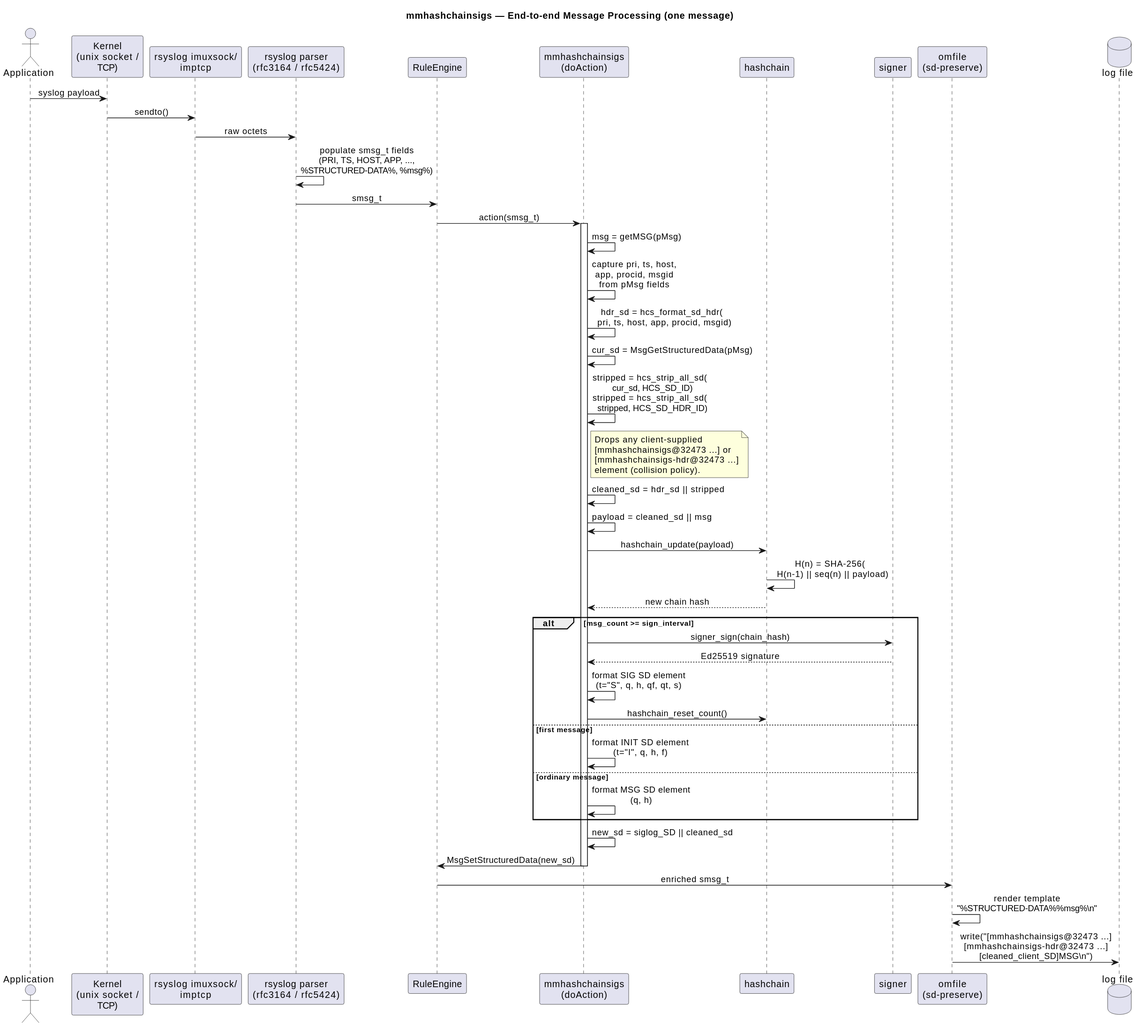
Above: docs/diagrams/message-processing.svg in hildstrom/mmhashchainsigs (PlantUML), before the change.
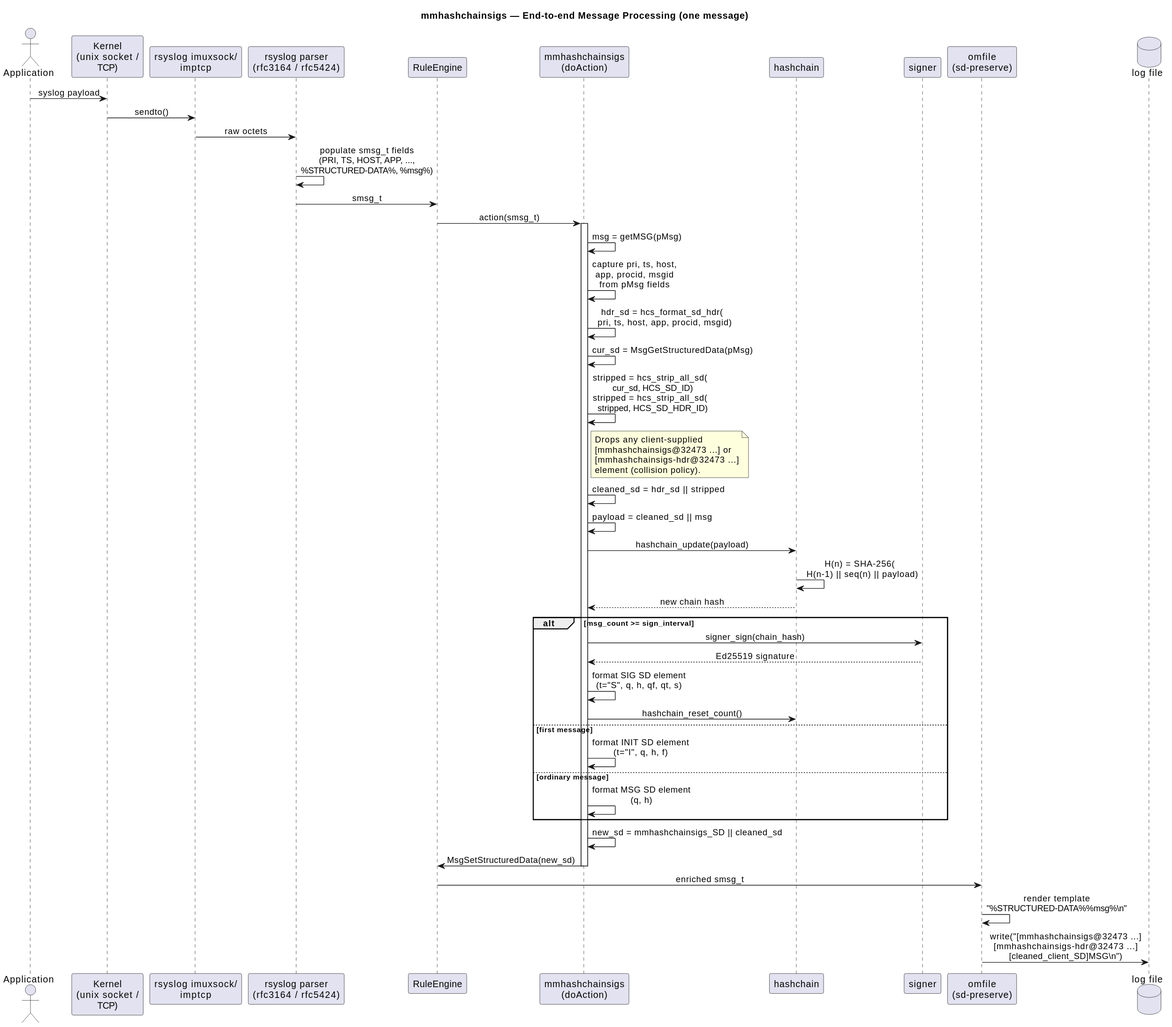
The same file after the commit.

Commit message:
update some references from previous siglog naming to mmhashchainsigs

The edit, as a diff of the source:
```diff
@@ -52,7 +52,7 @@
     MMHCS -> MMHCS : format MSG SD element\n(q, h)
 end
 
-MMHCS -> MMHCS : new_sd = siglog_SD || cleaned_sd
+MMHCS -> MMHCS : new_sd = mmhashchainsigs_SD || cleaned_sd
 MMHCS -> Engine : MsgSetStructuredData(new_sd)
 deactivate MMHCS
 
```
